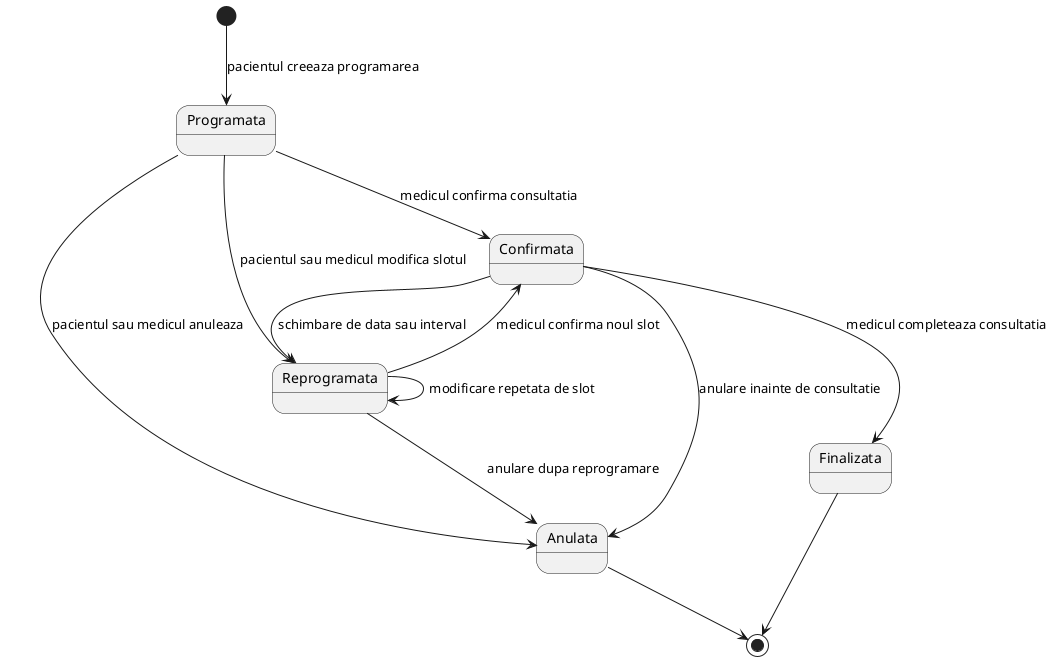
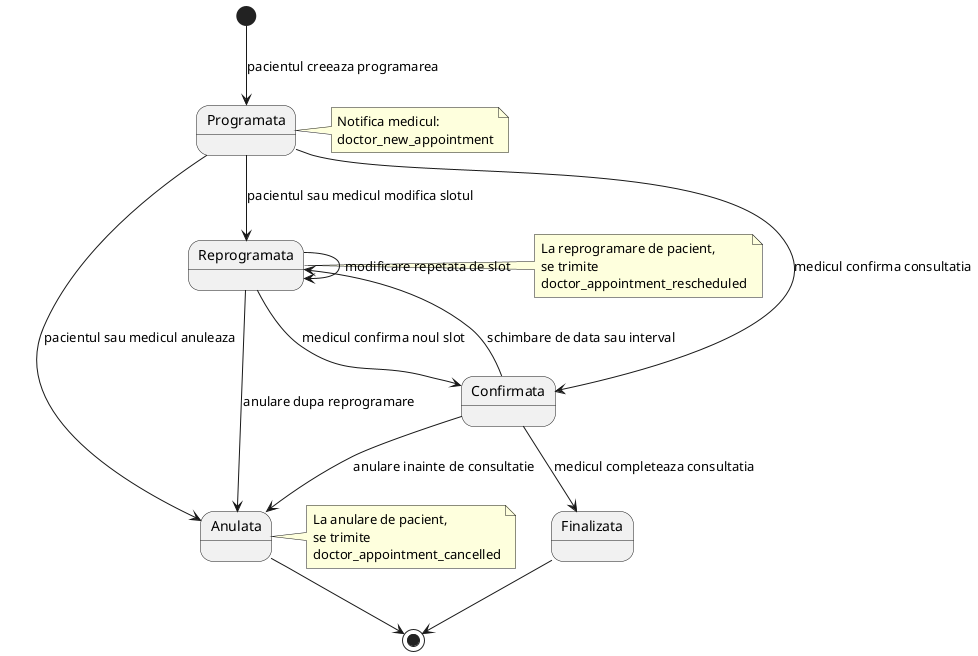
@startuml
[*] --> Programata : pacientul creeaza programarea
+ note right of Programata
+ 	Notifica medicul:
+ 	doctor_new_appointment
+ end note

Programata --> Confirmata : medicul confirma consultatia
Programata --> Reprogramata : pacientul sau medicul modifica slotul
Programata --> Anulata : pacientul sau medicul anuleaza
+ note right of Reprogramata
+ 	La reprogramare de pacient,
+ 	se trimite
+ 	doctor_appointment_rescheduled
+ end note

Reprogramata --> Confirmata : medicul confirma noul slot
Reprogramata --> Reprogramata : modificare repetata de slot
Reprogramata --> Anulata : anulare dupa reprogramare

Confirmata --> Finalizata : medicul completeaza consultatia
Confirmata --> Reprogramata : schimbare de data sau interval
Confirmata --> Anulata : anulare inainte de consultatie
+ note right of Anulata
+ 	La anulare de pacient,
+ 	se trimite
+ 	doctor_appointment_cancelled
+ end note

Finalizata --> [*]
Anulata --> [*]

@enduml